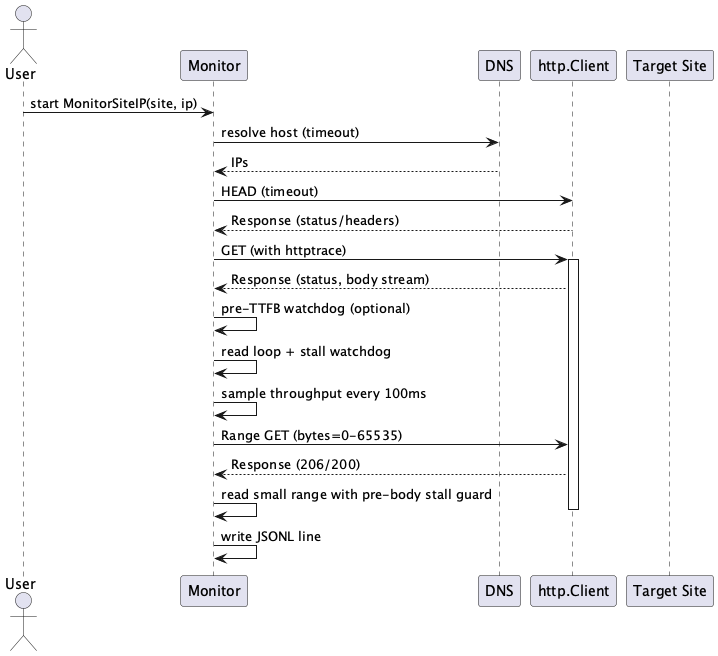
This is docs/diagrams/docs/images/MonitorSequence.png from iafilius/InternetQualityMonitor, a PlantUML export, as it was before one commit. Its diagram source:
```plantuml
@startuml MonitorSequence
actor User as U
participant Monitor
participant DNS
participant "http.Client" as HC
participant "Target Site" as S

U -> Monitor : start MonitorSiteIP(site, ip)
Monitor -> DNS : resolve host (timeout)
DNS --> Monitor : IPs
Monitor -> HC : HEAD (timeout)
HC --> Monitor : Response (status/headers)
Monitor -> HC : GET (with httptrace)
activate HC
HC --> Monitor : Response (status, body stream)
Monitor -> Monitor : pre‑TTFB watchdog (optional)
Monitor -> Monitor : read loop + stall watchdog
Monitor -> Monitor : sample throughput every 100ms
Monitor -> HC : Range GET (bytes=0-65535)
HC --> Monitor : Response (206/200)
Monitor -> Monitor : read small range with pre‑body stall guard
deactivate HC
Monitor -> Monitor : write JSONL line
@enduml
```
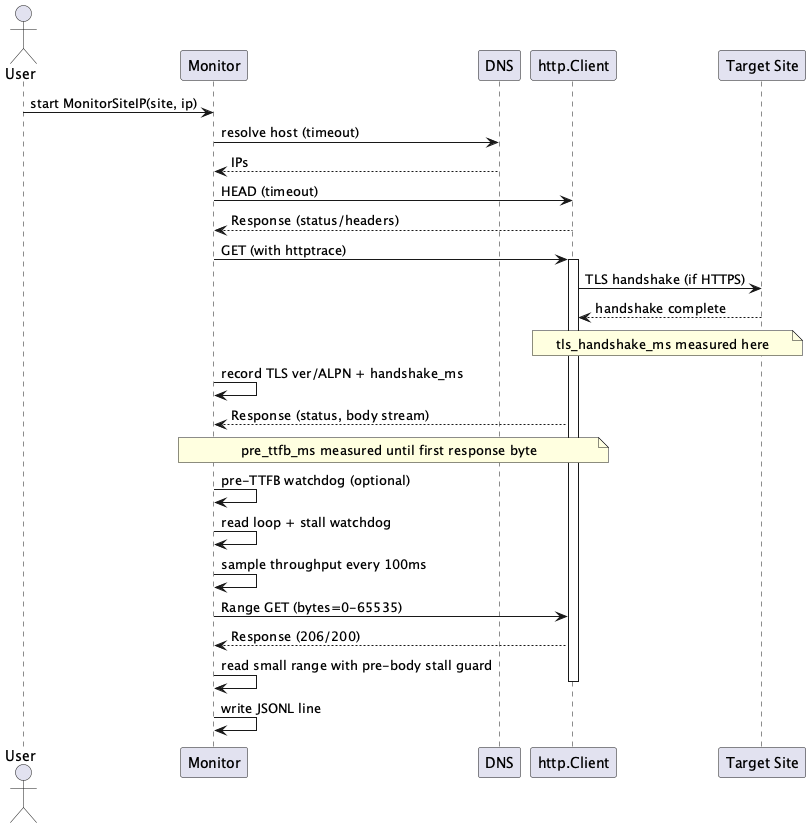
The same diagram one commit later.

Change to the diagram source:
```diff
@@ -12,7 +12,16 @@
 HC --> Monitor : Response (status/headers)
 Monitor -> HC : GET (with httptrace)
 activate HC
+HC -> S : TLS handshake (if HTTPS)
+S --> HC : handshake complete
+note over HC,S #lightyellow
+tls_handshake_ms measured here
+end note
+Monitor -> Monitor : record TLS ver/ALPN + handshake_ms
 HC --> Monitor : Response (status, body stream)
+note over Monitor,HC #lightyellow
+pre_ttfb_ms measured until first response byte
+end note
 Monitor -> Monitor : pre‑TTFB watchdog (optional)
 Monitor -> Monitor : read loop + stall watchdog
 Monitor -> Monitor : sample throughput every 100ms
```
